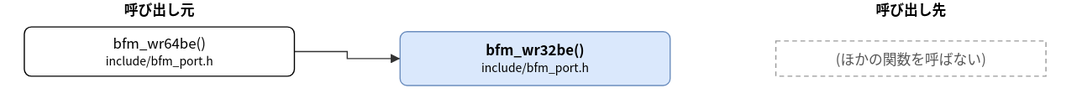
Earlier version of the draw.io export doc/spec/images/call_include_bfm_port-bfm_wr32be.drawio.svg (hf355051012-ai/bfmem). Source tidied: cells renumbered, new cells last; positions are measured from the earlier drawing's top-left corner, leaving out a move shared by most shapes.
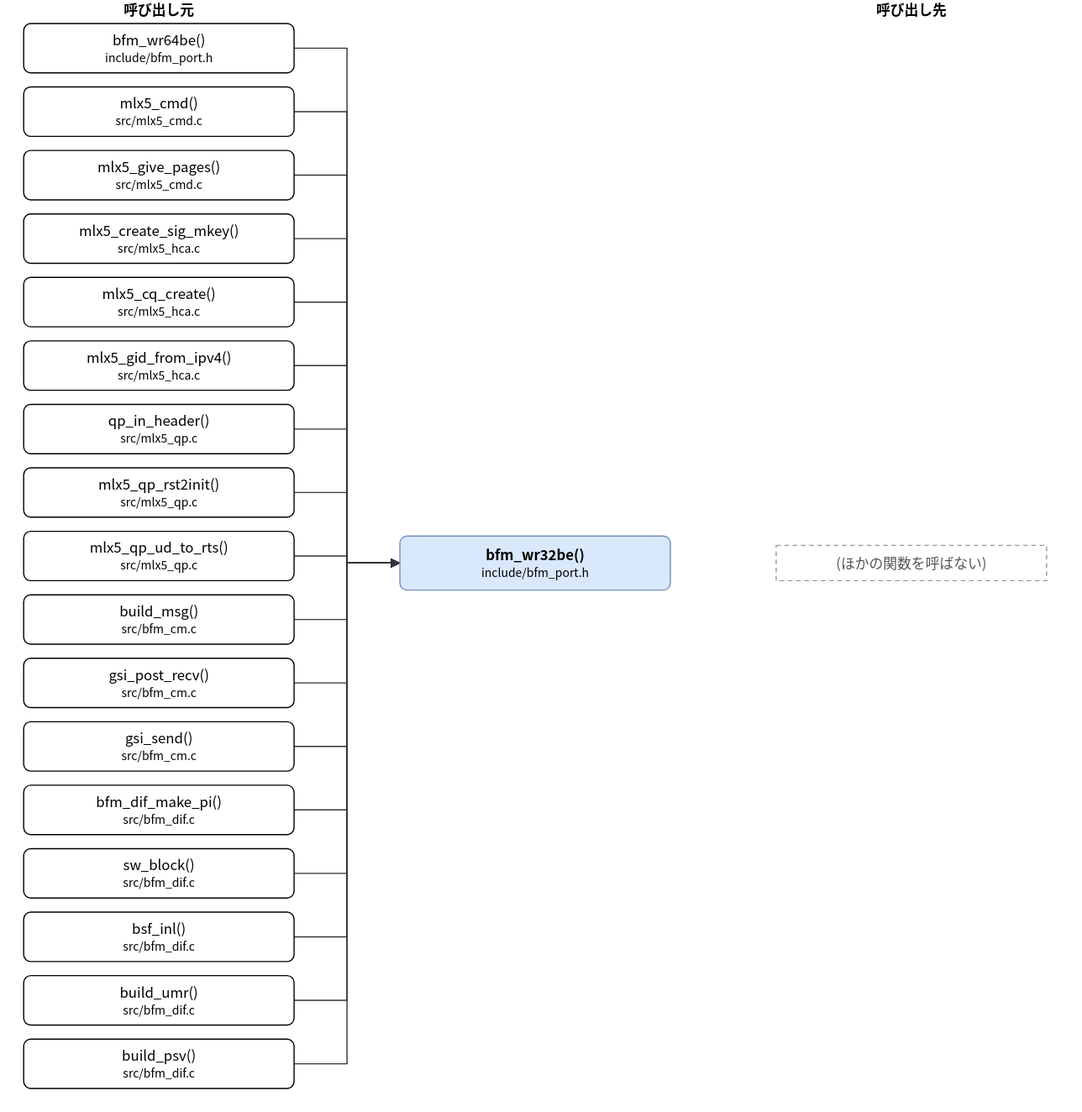
After the commit.

What changed in the source:
```diff
@@ -3,22 +3,198 @@
     <mxCell id="0" />
     <mxCell id="1" parent="0" />
     <mxCell id="2" value="bfm_wr32be()&lt;br&gt;&lt;font style=&quot;font-size:10px&quot;&gt;include/bfm_port.h&lt;/font&gt;" style="rounded=1;whiteSpace=wrap;html=1;fillColor=#dae8fc;strokeColor=#6c8ebf;fontStyle=1;" parent="1" vertex="1">
-      <mxGeometry x="320" y="27" width="230" height="46" as="geometry" />
+      <mxGeometry x="320" y="456" width="230" height="46" as="geometry" />
     </mxCell>
     <mxCell id="3" value="bfm_wr64be()&lt;br&gt;&lt;font style=&quot;font-size:10px&quot;&gt;include/bfm_port.h&lt;/font&gt;" style="rounded=1;whiteSpace=wrap;html=1;" parent="1" vertex="1">
-      <mxGeometry y="23" width="230" height="42" as="geometry" />
+      <mxGeometry y="20" width="230" height="42" as="geometry" />
     </mxCell>
+    <mxCell id="8" value="mlx5_cmd()&lt;br&gt;&lt;font style=&quot;font-size:10px&quot;&gt;src/mlx5_cmd.c&lt;/font&gt;" style="rounded=1;whiteSpace=wrap;html=1;" parent="1" vertex="1">
+      <mxGeometry y="74" width="230" height="42" as="geometry" />
+    </mxCell>
+    <mxCell id="9" value="mlx5_give_pages()&lt;br&gt;&lt;font style=&quot;font-size:10px&quot;&gt;src/mlx5_cmd.c&lt;/font&gt;" style="rounded=1;whiteSpace=wrap;html=1;" parent="1" vertex="1">
+      <mxGeometry y="128" width="230" height="42" as="geometry" />
+    </mxCell>
+    <mxCell id="10" value="mlx5_create_sig_mkey()&lt;br&gt;&lt;font style=&quot;font-size:10px&quot;&gt;src/mlx5_hca.c&lt;/font&gt;" style="rounded=1;whiteSpace=wrap;html=1;" parent="1" vertex="1">
+      <mxGeometry y="182" width="230" height="42" as="geometry" />
+    </mxCell>
+    <mxCell id="11" value="mlx5_cq_create()&lt;br&gt;&lt;font style=&quot;font-size:10px&quot;&gt;src/mlx5_hca.c&lt;/font&gt;" style="rounded=1;whiteSpace=wrap;html=1;" parent="1" vertex="1">
+      <mxGeometry y="236" width="230" height="42" as="geometry" />
+    </mxCell>
+    <mxCell id="12" value="mlx5_gid_from_ipv4()&lt;br&gt;&lt;font style=&quot;font-size:10px&quot;&gt;src/mlx5_hca.c&lt;/font&gt;" style="rounded=1;whiteSpace=wrap;html=1;" parent="1" vertex="1">
+      <mxGeometry y="290" width="230" height="42" as="geometry" />
+    </mxCell>
+    <mxCell id="13" value="qp_in_header()&lt;br&gt;&lt;font style=&quot;font-size:10px&quot;&gt;src/mlx5_qp.c&lt;/font&gt;" style="rounded=1;whiteSpace=wrap;html=1;" parent="1" vertex="1">
+      <mxGeometry y="344" width="230" height="42" as="geometry" />
+    </mxCell>
+    <mxCell id="14" value="mlx5_qp_rst2init()&lt;br&gt;&lt;font style=&quot;font-size:10px&quot;&gt;src/mlx5_qp.c&lt;/font&gt;" style="rounded=1;whiteSpace=wrap;html=1;" parent="1" vertex="1">
+      <mxGeometry y="398" width="230" height="42" as="geometry" />
+    </mxCell>
+    <mxCell id="15" value="mlx5_qp_ud_to_rts()&lt;br&gt;&lt;font style=&quot;font-size:10px&quot;&gt;src/mlx5_qp.c&lt;/font&gt;" style="rounded=1;whiteSpace=wrap;html=1;" parent="1" vertex="1">
+      <mxGeometry y="452" width="230" height="42" as="geometry" />
+    </mxCell>
+    <mxCell id="16" value="build_msg()&lt;br&gt;&lt;font style=&quot;font-size:10px&quot;&gt;src/bfm_cm.c&lt;/font&gt;" style="rounded=1;whiteSpace=wrap;html=1;" parent="1" vertex="1">
+      <mxGeometry y="506" width="230" height="42" as="geometry" />
+    </mxCell>
+    <mxCell id="17" value="gsi_post_recv()&lt;br&gt;&lt;font style=&quot;font-size:10px&quot;&gt;src/bfm_cm.c&lt;/font&gt;" style="rounded=1;whiteSpace=wrap;html=1;" parent="1" vertex="1">
+      <mxGeometry y="560" width="230" height="42" as="geometry" />
+    </mxCell>
+    <mxCell id="18" value="gsi_send()&lt;br&gt;&lt;font style=&quot;font-size:10px&quot;&gt;src/bfm_cm.c&lt;/font&gt;" style="rounded=1;whiteSpace=wrap;html=1;" parent="1" vertex="1">
+      <mxGeometry y="614" width="230" height="42" as="geometry" />
+    </mxCell>
+    <mxCell id="19" value="bfm_dif_make_pi()&lt;br&gt;&lt;font style=&quot;font-size:10px&quot;&gt;src/bfm_dif.c&lt;/font&gt;" style="rounded=1;whiteSpace=wrap;html=1;" parent="1" vertex="1">
+      <mxGeometry y="668" width="230" height="42" as="geometry" />
+    </mxCell>
+    <mxCell id="20" value="sw_block()&lt;br&gt;&lt;font style=&quot;font-size:10px&quot;&gt;src/bfm_dif.c&lt;/font&gt;" style="rounded=1;whiteSpace=wrap;html=1;" parent="1" vertex="1">
+      <mxGeometry y="722" width="230" height="42" as="geometry" />
+    </mxCell>
+    <mxCell id="21" value="bsf_inl()&lt;br&gt;&lt;font style=&quot;font-size:10px&quot;&gt;src/bfm_dif.c&lt;/font&gt;" style="rounded=1;whiteSpace=wrap;html=1;" parent="1" vertex="1">
+      <mxGeometry y="776" width="230" height="42" as="geometry" />
+    </mxCell>
+    <mxCell id="22" value="build_umr()&lt;br&gt;&lt;font style=&quot;font-size:10px&quot;&gt;src/bfm_dif.c&lt;/font&gt;" style="rounded=1;whiteSpace=wrap;html=1;" parent="1" vertex="1">
+      <mxGeometry y="830" width="230" height="42" as="geometry" />
+    </mxCell>
+    <mxCell id="23" value="build_psv()&lt;br&gt;&lt;font style=&quot;font-size:10px&quot;&gt;src/bfm_dif.c&lt;/font&gt;" style="rounded=1;whiteSpace=wrap;html=1;" parent="1" vertex="1">
+      <mxGeometry y="884" width="230" height="42" as="geometry" />
+    </mxCell>
     <mxCell id="4" value="(ほかの関数を呼ばない)" style="rounded=0;whiteSpace=wrap;html=1;dashed=1;strokeColor=#999999;fontColor=#555555;dashed=1;" parent="1" vertex="1">
-      <mxGeometry x="640" y="35" width="230" height="30" as="geometry" />
+      <mxGeometry x="640" y="464" width="230" height="30" as="geometry" />
     </mxCell>
     <mxCell id="5" style="edgeStyle=none;html=1;rounded=0;endArrow=block;endFill=1;exitX=1.0000;exitY=0.5000;exitDx=0;exitDy=0;exitPerimeter=0;entryX=0.0000;entryY=0.5000;entryDx=0;entryDy=0;entryPerimeter=0;" parent="1" edge="1" source="3" target="2">
       <mxGeometry relative="1" as="geometry">
         <Array as="points">
-          <mxPoint x="275" y="44" />
-          <mxPoint x="275" y="50" />
+          <mxPoint x="275" y="41" />
+          <mxPoint x="275" y="479" />
         </Array>
       </mxGeometry>
     </mxCell>
+    <mxCell id="24" style="edgeStyle=none;html=1;rounded=0;endArrow=block;endFill=1;exitX=1.0000;exitY=0.5000;exitDx=0;exitDy=0;exitPerimeter=0;entryX=0.0000;entryY=0.5000;entryDx=0;entryDy=0;entryPerimeter=0;" parent="1" edge="1" source="8" target="2">
+      <mxGeometry relative="1" as="geometry">
+        <Array as="points">
+          <mxPoint x="275" y="95" />
+          <mxPoint x="275" y="479" />
+        </Array>
+      </mxGeometry>
+    </mxCell>
+    <mxCell id="25" style="edgeStyle=none;html=1;rounded=0;endArrow=block;endFill=1;exitX=1.0000;exitY=0.5000;exitDx=0;exitDy=0;exitPerimeter=0;entryX=0.0000;entryY=0.5000;entryDx=0;entryDy=0;entryPerimeter=0;" parent="1" edge="1" source="9" target="2">
+      <mxGeometry relative="1" as="geometry">
+        <Array as="points">
+          <mxPoint x="275" y="149" />
+          <mxPoint x="275" y="479" />
+        </Array>
+      </mxGeometry>
+    </mxCell>
+    <mxCell id="26" style="edgeStyle=none;html=1;rounded=0;endArrow=block;endFill=1;exitX=1.0000;exitY=0.5000;exitDx=0;exitDy=0;exitPerimeter=0;entryX=0.0000;entryY=0.5000;entryDx=0;entryDy=0;entryPerimeter=0;" parent="1" edge="1" source="10" target="2">
+      <mxGeometry relative="1" as="geometry">
+        <Array as="points">
+          <mxPoint x="275" y="203" />
+          <mxPoint x="275" y="479" />
+        </Array>
+      </mxGeometry>
+    </mxCell>
+    <mxCell id="27" style="edgeStyle=none;html=1;rounded=0;endArrow=block;endFill=1;exitX=1.0000;exitY=0.5000;exitDx=0;exitDy=0;exitPerimeter=0;entryX=0.0000;entryY=0.5000;entryDx=0;entryDy=0;entryPerimeter=0;" parent="1" edge="1" source="11" target="2">
+      <mxGeometry relative="1" as="geometry">
+        <Array as="points">
+          <mxPoint x="275" y="257" />
+          <mxPoint x="275" y="479" />
+        </Array>
+      </mxGeometry>
+    </mxCell>
+    <mxCell id="28" style="edgeStyle=none;html=1;rounded=0;endArrow=block;endFill=1;exitX=1.0000;exitY=0.5000;exitDx=0;exitDy=0;exitPerimeter=0;entryX=0.0000;entryY=0.5000;entryDx=0;entryDy=0;entryPerimeter=0;" parent="1" edge="1" source="12" target="2">
+      <mxGeometry relative="1" as="geometry">
+        <Array as="points">
+          <mxPoint x="275" y="311" />
+          <mxPoint x="275" y="479" />
+        </Array>
+      </mxGeometry>
+    </mxCell>
+    <mxCell id="29" style="edgeStyle=none;html=1;rounded=0;endArrow=block;endFill=1;exitX=1.0000;exitY=0.5000;exitDx=0;exitDy=0;exitPerimeter=0;entryX=0.0000;entryY=0.5000;entryDx=0;entryDy=0;entryPerimeter=0;" parent="1" edge="1" source="13" target="2">
+      <mxGeometry relative="1" as="geometry">
+        <Array as="points">
+          <mxPoint x="275" y="365" />
+          <mxPoint x="275" y="479" />
+        </Array>
+      </mxGeometry>
+    </mxCell>
+    <mxCell id="30" style="edgeStyle=none;html=1;rounded=0;endArrow=block;endFill=1;exitX=1.0000;exitY=0.5000;exitDx=0;exitDy=0;exitPerimeter=0;entryX=0.0000;entryY=0.5000;entryDx=0;entryDy=0;entryPerimeter=0;" parent="1" edge="1" source="14" target="2">
+      <mxGeometry relative="1" as="geometry">
+        <Array as="points">
+          <mxPoint x="275" y="419" />
+          <mxPoint x="275" y="479" />
+        </Array>
+      </mxGeometry>
+    </mxCell>
+    <mxCell id="31" style="edgeStyle=none;html=1;rounded=0;endArrow=block;endFill=1;exitX=1.0000;exitY=0.5000;exitDx=0;exitDy=0;exitPerimeter=0;entryX=0.0000;entryY=0.5000;entryDx=0;entryDy=0;entryPerimeter=0;" parent="1" edge="1" source="15" target="2">
+      <mxGeometry relative="1" as="geometry">
+        <Array as="points">
+          <mxPoint x="275" y="473" />
+          <mxPoint x="275" y="479" />
+        </Array>
+      </mxGeometry>
+    </mxCell>
+    <mxCell id="32" style="edgeStyle=none;html=1;rounded=0;endArrow=block;endFill=1;exitX=1.0000;exitY=0.5000;exitDx=0;exitDy=0;exitPerimeter=0;entryX=0.0000;entryY=0.5000;entryDx=0;entryDy=0;entryPerimeter=0;" parent="1" edge="1" source="16" target="2">
+      <mxGeometry relative="1" as="geometry">
+        <Array as="points">
+          <mxPoint x="275" y="527" />
+          <mxPoint x="275" y="479" />
+        </Array>
+      </mxGeometry>
+    </mxCell>
+    <mxCell id="33" style="edgeStyle=none;html=1;rounded=0;endArrow=block;endFill=1;exitX=1.0000;exitY=0.5000;exitDx=0;exitDy=0;exitPerimeter=0;entryX=0.0000;entryY=0.5000;entryDx=0;entryDy=0;entryPerimeter=0;" parent="1" edge="1" source="17" target="2">
+      <mxGeometry relative="1" as="geometry">
+        <Array as="points">
+          <mxPoint x="275" y="581" />
+          <mxPoint x="275" y="479" />
+        </Array>
+      </mxGeometry>
+    </mxCell>
+    <mxCell id="34" style="edgeStyle=none;html=1;rounded=0;endArrow=block;endFill=1;exitX=1.0000;exitY=0.5000;exitDx=0;exitDy=0;exitPerimeter=0;entryX=0.0000;entryY=0.5000;entryDx=0;entryDy=0;entryPerimeter=0;" parent="1" edge="1" source="18" target="2">
+      <mxGeometry relative="1" as="geometry">
+        <Array as="points">
+          <mxPoint x="275" y="635" />
+          <mxPoint x="275" y="479" />
+        </Array>
+      </mxGeometry>
+    </mxCell>
+    <mxCell id="35" style="edgeStyle=none;html=1;rounded=0;endArrow=block;endFill=1;exitX=1.0000;exitY=0.5000;exitDx=0;exitDy=0;exitPerimeter=0;entryX=0.0000;entryY=0.5000;entryDx=0;entryDy=0;entryPerimeter=0;" parent="1" edge="1" source="19" target="2">
+      <mxGeometry relative="1" as="geometry">
+        <Array as="points">
+          <mxPoint x="275" y="689" />
+          <mxPoint x="275" y="479" />
+        </Array>
+      </mxGeometry>
+    </mxCell>
+    <mxCell id="36" style="edgeStyle=none;html=1;rounded=0;endArrow=block;endFill=1;exitX=1.0000;exitY=0.5000;exitDx=0;exitDy=0;exitPerimeter=0;entryX=0.0000;entryY=0.5000;entryDx=0;entryDy=0;entryPerimeter=0;" parent="1" edge="1" source="20" target="2">
+      <mxGeometry relative="1" as="geometry">
+        <Array as="points">
+          <mxPoint x="275" y="743" />
+          <mxPoint x="275" y="479" />
+        </Array>
+      </mxGeometry>
+    </mxCell>
+    <mxCell id="37" style="edgeStyle=none;html=1;rounded=0;endArrow=block;endFill=1;exitX=1.0000;exitY=0.5000;exitDx=0;exitDy=0;exitPerimeter=0;entryX=0.0000;entryY=0.5000;entryDx=0;entryDy=0;entryPerimeter=0;" parent="1" edge="1" source="21" target="2">
+      <mxGeometry relative="1" as="geometry">
+        <Array as="points">
+          <mxPoint x="275" y="797" />
+          <mxPoint x="275" y="479" />
+        </Array>
+      </mxGeometry>
+    </mxCell>
+    <mxCell id="38" style="edgeStyle=none;html=1;rounded=0;endArrow=block;endFill=1;exitX=1.0000;exitY=0.5000;exitDx=0;exitDy=0;exitPerimeter=0;entryX=0.0000;entryY=0.5000;entryDx=0;entryDy=0;entryPerimeter=0;" parent="1" edge="1" source="22" target="2">
+      <mxGeometry relative="1" as="geometry">
+        <Array as="points">
+          <mxPoint x="275" y="851" />
+          <mxPoint x="275" y="479" />
+        </Array>
+      </mxGeometry>
+    </mxCell>
+    <mxCell id="39" style="edgeStyle=none;html=1;rounded=0;endArrow=block;endFill=1;exitX=1.0000;exitY=0.5000;exitDx=0;exitDy=0;exitPerimeter=0;entryX=0.0000;entryY=0.5000;entryDx=0;entryDy=0;entryPerimeter=0;" parent="1" edge="1" source="23" target="2">
+      <mxGeometry relative="1" as="geometry">
+        <Array as="points">
+          <mxPoint x="275" y="905" />
+          <mxPoint x="275" y="479" />
+        </Array>
+      </mxGeometry>
+    </mxCell>
     <mxCell id="6" value="呼び出し元" style="text;html=1;align=center;fontStyle=1;" parent="1" vertex="1">
       <mxGeometry x="35" width="160" height="18" as="geometry" />
     </mxCell>
```
